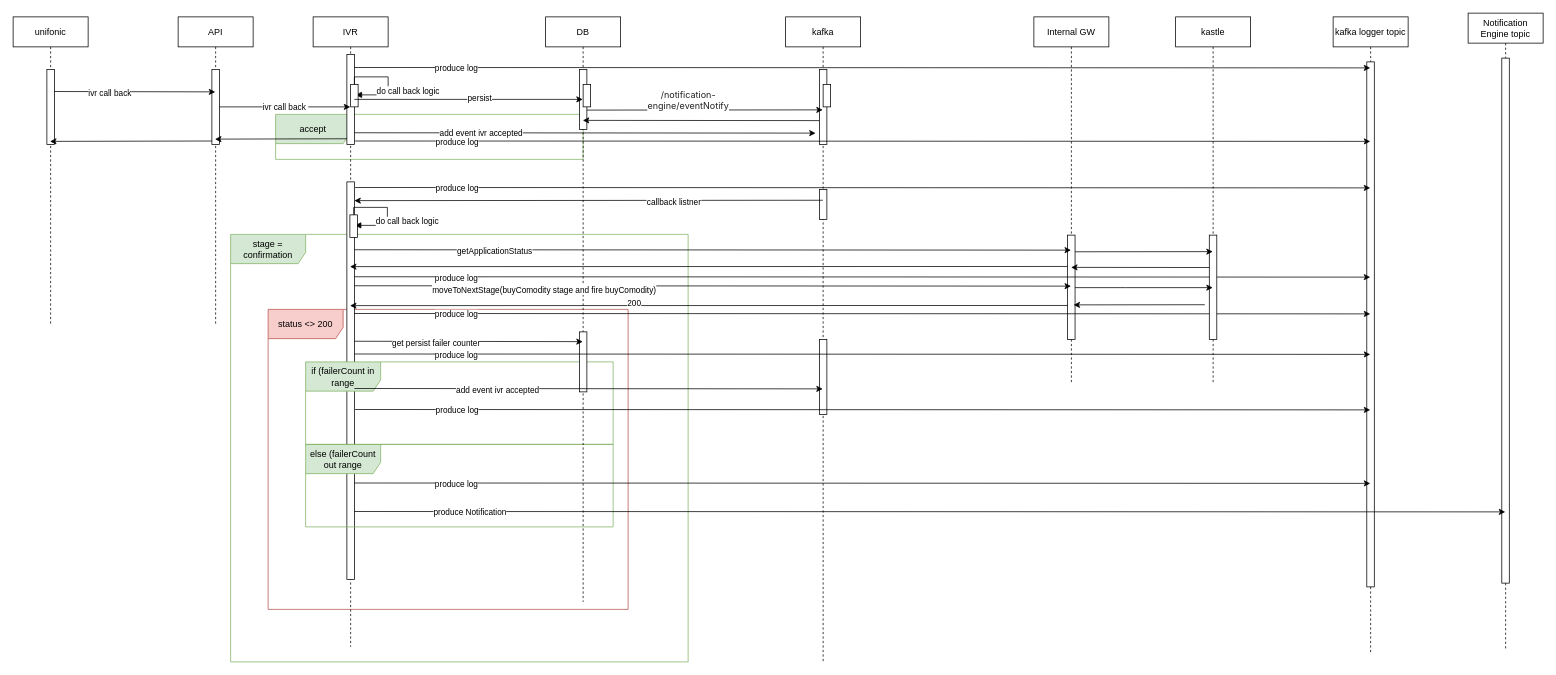
Before: page "IVR Call Back Flow" (7 of 16) of IVR2.drawio in MHosnii/DrawIo, a draw.io diagram. Source tidied: cells renumbered, new cells numbered last; positions are measured from the earlier drawing's top-left corner, leaving out a move shared by most shapes. Both pictures are drawn from the tidied source at 75%, with x=0, y=0 at pixel (13, 13).
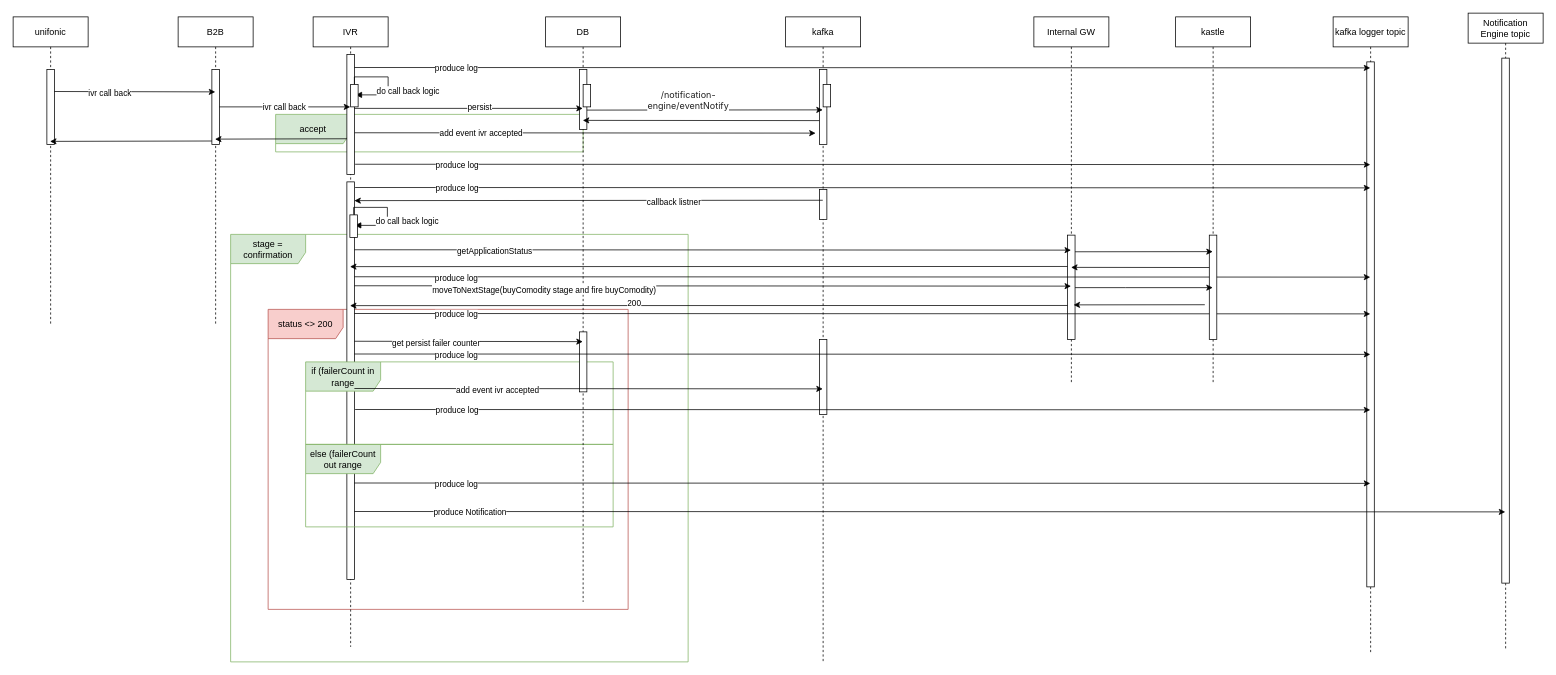
The same diagram, later.

Unchanged cells that the change refers to:
```xml
<mxCell id="5" value="IVR" style="shape=umlLifeline;perimeter=lifelinePerimeter;whiteSpace=wrap;html=1;outlineConnect=0;portConstraint=eastwest;newEdgeStyle={&quot;edgeStyle&quot;:&quot;elbowEdgeStyle&quot;,&quot;elbow&quot;:&quot;vertical&quot;,&quot;curved&quot;:0,&quot;rounded&quot;:0};" parent="1" vertex="1">
  <mxGeometry x="400" y="5" width="100" height="840" as="geometry" />
</mxCell>
<mxCell id="15" value="DB" style="shape=umlLifeline;perimeter=lifelinePerimeter;whiteSpace=wrap;html=1;outlineConnect=0;portConstraint=eastwest;newEdgeStyle={&quot;edgeStyle&quot;:&quot;elbowEdgeStyle&quot;,&quot;elbow&quot;:&quot;vertical&quot;,&quot;curved&quot;:0,&quot;rounded&quot;:0};" parent="1" vertex="1">
  <mxGeometry x="710" y="5" width="100" height="780" as="geometry" />
</mxCell>
<mxCell id="57" value="kafka logger topic" style="shape=umlLifeline;perimeter=lifelinePerimeter;whiteSpace=wrap;html=1;outlineConnect=0;portConstraint=eastwest;newEdgeStyle={&quot;edgeStyle&quot;:&quot;elbowEdgeStyle&quot;,&quot;elbow&quot;:&quot;vertical&quot;,&quot;curved&quot;:0,&quot;rounded&quot;:0};" parent="1" vertex="1">
  <mxGeometry x="1760" y="5" width="100" height="850" as="geometry" />
</mxCell>
```

What changed in the source:
```diff
@@
     <mxCell id="4" value="accept" style="shape=umlFrame;whiteSpace=wrap;html=1;width=100;height=39;fillColor=#d5e8d4;strokeColor=#82b366;" parent="1" vertex="1">
-      <mxGeometry x="350" y="135" width="410" height="60" as="geometry" />
+      <mxGeometry x="350" y="135" width="410" height="50" as="geometry" />
     </mxCell>
@@
     <mxCell id="8" style="html=1;points=[];perimeter=orthogonalPerimeter;outlineConnect=0;targetShapes=umlLifeline;portConstraint=eastwest;newEdgeStyle={&quot;edgeStyle&quot;:&quot;elbowEdgeStyle&quot;,&quot;elbow&quot;:&quot;vertical&quot;,&quot;curved&quot;:0,&quot;rounded&quot;:0};" parent="5" vertex="1">
-      <mxGeometry x="45" y="50" width="10" height="120" as="geometry" />
+      <mxGeometry x="45" y="50" width="10" height="160" as="geometry" />
     </mxCell>
@@
-    <mxCell id="24" style="edgeStyle=elbowEdgeStyle;rounded=0;jettySize=auto;html=1;elbow=vertical;curved=0;" parent="1" edge="1" source="8" target="15">
-      <mxGeometry relative="1" as="geometry" />
+    <mxCell id="24" style="edgeStyle=elbowEdgeStyle;rounded=0;orthogonalLoop=1;jettySize=auto;html=1;elbow=vertical;curved=0;" parent="1" edge="1">
+      <mxGeometry relative="1" as="geometry">
+        <mxPoint x="455" y="127" as="sourcePoint" />
+        <mxPoint x="759.5" y="127" as="targetPoint" />
+      </mxGeometry>
     </mxCell>
@@
-    <mxCell id="31" value="API" style="shape=umlLifeline;perimeter=lifelinePerimeter;whiteSpace=wrap;html=1;newEdgeStyle={&quot;edgeStyle&quot;:&quot;elbowEdgeStyle&quot;,&quot;elbow&quot;:&quot;vertical&quot;,&quot;curved&quot;:0,&quot;rounded&quot;:0};" parent="1" vertex="1">
+    <mxCell id="31" value="B2B" style="shape=umlLifeline;perimeter=lifelinePerimeter;whiteSpace=wrap;html=1;newEdgeStyle={&quot;edgeStyle&quot;:&quot;elbowEdgeStyle&quot;,&quot;elbow&quot;:&quot;vertical&quot;,&quot;curved&quot;:0,&quot;rounded&quot;:0};" parent="1" vertex="1">
       <mxGeometry x="220" y="5" width="100" height="410" as="geometry" />
     </mxCell>
@@
-    <mxCell id="61" style="edgeStyle=elbowEdgeStyle;rounded=0;jettySize=auto;html=1;elbow=vertical;curved=0;" parent="1" edge="1" target="57">
+    <mxCell id="61" style="edgeStyle=elbowEdgeStyle;rounded=0;orthogonalLoop=1;jettySize=auto;html=1;elbow=vertical;curved=0;" parent="1" edge="1">
       <mxGeometry relative="1" as="geometry">
-        <mxPoint x="456" y="170.5" as="sourcePoint" />
+        <mxPoint x="456" y="201.5" as="sourcePoint" />
+        <mxPoint x="1809.5" y="201.6" as="targetPoint" />
       </mxGeometry>
     </mxCell>
```
